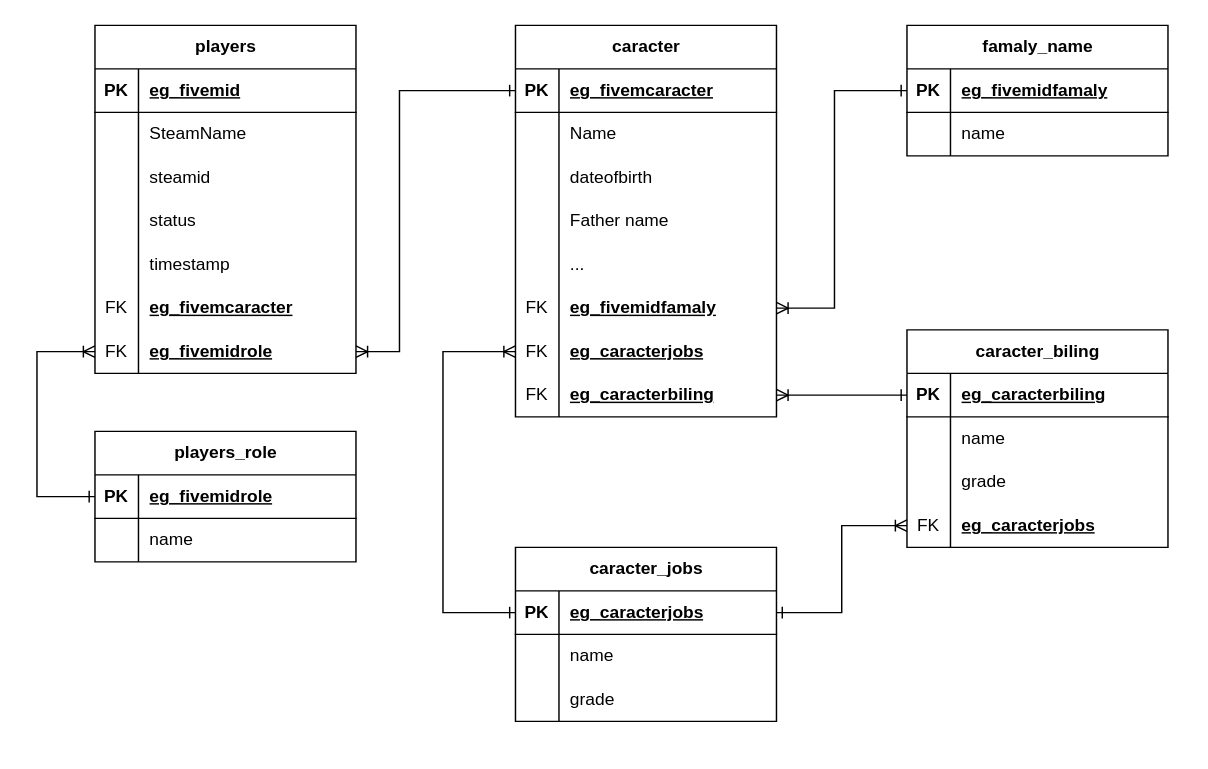
This is EGSolutions/Designs/Diagrams/FivemDatabase.drawio from Fevereiro2/Docs, a draw.io file, before an edit. Source tidied: cells renumbered, new cells numbered last; positions are measured from the earlier drawing's top-left corner, leaving out a move shared by most shapes. Both pictures are drawn from the tidied source at 145%, with x=0, y=0 at pixel (36, 25).
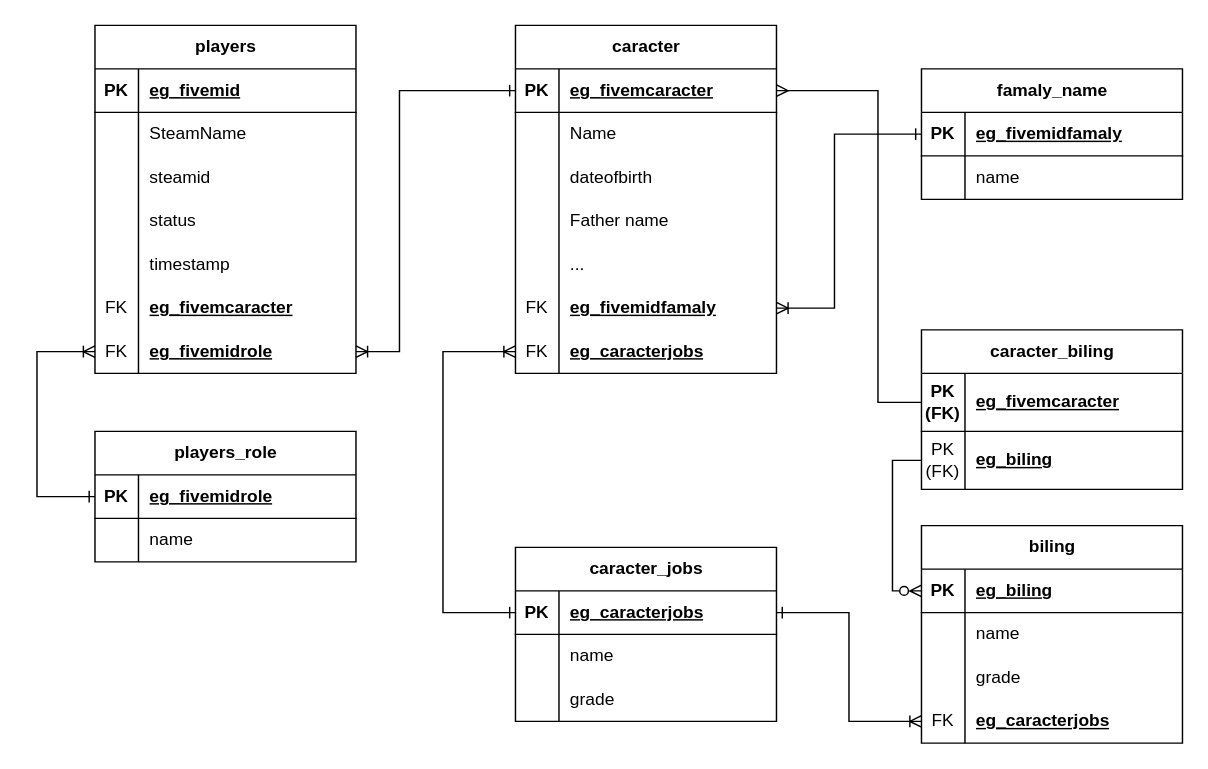
The same page after the edit.

Commit message:
make a new table and update relantioships

The change refers to these unchanged cells:
```xml
<mxCell id="25" style="shape=tableRow;horizontal=0;startSize=0;swimlaneHead=0;swimlaneBody=0;fillColor=none;points=[[0,0.5],[1,0.5]];portConstraint=eastwest;top=0;left=0;right=0;bottom=1;" parent="24" vertex="1">
  <mxGeometry y="30" width="180" height="30" as="geometry" />
</mxCell>
<mxCell id="40" style="shape=tableRow;horizontal=0;startSize=0;swimlaneHead=0;swimlaneBody=0;fillColor=none;points=[[0,0.5],[1,0.5]];portConstraint=eastwest;top=0;left=0;right=0;bottom=0;" parent="24" vertex="1">
  <mxGeometry y="180" width="180" height="30" as="geometry" />
</mxCell>
<mxCell id="78" style="shape=tableRow;horizontal=0;startSize=0;swimlaneHead=0;swimlaneBody=0;fillColor=none;points=[[0,0.5],[1,0.5]];portConstraint=eastwest;top=0;left=0;right=0;bottom=1;" parent="77" vertex="1">
  <mxGeometry y="30" width="180" height="30" as="geometry" />
</mxCell>
```

What changed in the source:
```diff
@@
     <mxCell id="24" value="caracter" style="shape=table;startSize=30;childLayout=tableLayout;rowLines=0;fontStyle=1;align=center;html=1;" parent="1" vertex="1">
-      <mxGeometry x="330" width="180" height="270" as="geometry" />
+      <mxGeometry x="330" width="180" height="240" as="geometry" />
     </mxCell>
@@
-    <mxCell id="46" style="shape=tableRow;horizontal=0;startSize=0;swimlaneHead=0;swimlaneBody=0;fillColor=none;points=[[0,0.5],[1,0.5]];portConstraint=eastwest;top=0;left=0;right=0;bottom=0;" parent="24" vertex="1">
-      <mxGeometry y="240" width="180" height="30" as="geometry" />
-    </mxCell>
-    <mxCell id="47" value="FK" style="shape=partialRectangle;fillColor=none;top=0;left=0;bottom=0;right=0;overflow=hidden;whiteSpace=wrap;html=1;" parent="46" vertex="1">
-      <mxGeometry width="30" height="30" as="geometry" />
-    </mxCell>
-    <mxCell id="48" value="&lt;span style=&quot;font-weight: 700; text-decoration-line: underline;&quot;&gt;eg_caracterbiling&lt;/span&gt;" style="shape=partialRectangle;fillColor=none;top=0;left=0;bottom=0;right=0;align=left;spacingLeft=6;overflow=hidden;whiteSpace=wrap;html=1;" parent="46" vertex="1">
-      <mxGeometry x="30" width="150" height="30" as="geometry" />
-    </mxCell>
     <mxCell id="49" value="famaly_name" style="shape=table;startSize=30;childLayout=tableLayout;rowLines=0;fontStyle=1;align=center;html=1;" parent="1" vertex="1">
-      <mxGeometry x="600" width="180" height="90" as="geometry" />
+      <mxGeometry x="610" y="30" width="180" height="90" as="geometry" />
     </mxCell>
@@
     <mxCell id="56" style="endArrow=ERone;html=1;rounded=0;entryX=0;entryY=0.5;entryDx=0;entryDy=0;exitX=1;exitY=0.5;exitDx=0;exitDy=0;startArrow=ERoneToMany;startFill=0;endFill=0;" parent="1" edge="1" source="40" target="49">
       <mxGeometry relative="1" as="geometry">
         <Array as="points">
           <mxPoint x="550" y="195" />
-          <mxPoint x="550" y="45" />
+          <mxPoint x="550" y="75" />
         </Array>
       </mxGeometry>
     </mxCell>
@@
-    <mxCell id="77" value="caracter_biling" style="shape=table;startSize=30;childLayout=tableLayout;rowLines=0;fontStyle=1;align=center;html=1;" parent="1" vertex="1">
-      <mxGeometry x="600" y="210" width="180" height="150" as="geometry" />
+    <mxCell id="77" value="biling" style="shape=table;startSize=30;childLayout=tableLayout;rowLines=0;fontStyle=1;align=center;html=1;" parent="1" vertex="1">
+      <mxGeometry x="610" y="345" width="180" height="150" as="geometry" />
     </mxCell>
@@
-    <mxCell id="80" value="eg_caracterbiling" style="shape=partialRectangle;fillColor=none;top=0;left=0;bottom=0;right=0;align=left;spacingLeft=6;fontStyle=5;overflow=hidden;whiteSpace=wrap;html=1;" parent="78" vertex="1">
+    <mxCell id="80" value="eg_biling" style="shape=partialRectangle;fillColor=none;top=0;left=0;bottom=0;right=0;align=left;spacingLeft=6;fontStyle=5;overflow=hidden;whiteSpace=wrap;html=1;" parent="78" vertex="1">
       <mxGeometry x="30" width="150" height="30" as="geometry" />
     </mxCell>
@@
-    <mxCell id="90" style="endArrow=ERoneToMany;html=1;rounded=0;entryX=1;entryY=0.5;entryDx=0;entryDy=0;exitX=0;exitY=0.5;exitDx=0;exitDy=0;startArrow=ERone;startFill=0;endFill=0;" parent="1" edge="1" source="78" target="46">
-      <mxGeometry relative="1" as="geometry" />
+    <mxCell id="90" style="endArrow=ERmany;html=1;rounded=0;entryX=1;entryY=0.5;entryDx=0;entryDy=0;startArrow=none;startFill=0;endFill=0;exitX=0;exitY=0.5;exitDx=0;exitDy=0;" parent="1" edge="1" source="93" target="25">
+      <mxGeometry relative="1" as="geometry">
+        <Array as="points">
+          <mxPoint x="580" y="260" />
+          <mxPoint x="580" y="45" />
+        </Array>
+      </mxGeometry>
     </mxCell>
@@
+    <mxCell id="92" value="caracter_biling" style="shape=table;startSize=30;childLayout=tableLayout;rowLines=0;fontStyle=1;align=center;html=1;" parent="1" vertex="1">
+      <mxGeometry x="610" y="210" width="180" height="110" as="geometry" />
+    </mxCell>
+    <mxCell id="93" style="shape=tableRow;horizontal=0;startSize=0;swimlaneHead=0;swimlaneBody=0;fillColor=none;points=[[0,0.5],[1,0.5]];portConstraint=eastwest;top=0;left=0;right=0;bottom=1;" parent="92" vertex="1">
+      <mxGeometry y="30" width="180" height="40" as="geometry" />
+    </mxCell>
+    <mxCell id="94" value="PK (FK)" style="shape=partialRectangle;fillColor=none;top=0;left=0;bottom=0;right=0;fontStyle=1;overflow=hidden;whiteSpace=wrap;html=1;" parent="93" vertex="1">
+      <mxGeometry width="30" height="40" as="geometry" />
+    </mxCell>
+    <mxCell id="95" value="eg_fivemcaracter" style="shape=partialRectangle;fillColor=none;top=0;left=0;bottom=0;right=0;align=left;spacingLeft=6;fontStyle=5;overflow=hidden;whiteSpace=wrap;html=1;" parent="93" vertex="1">
+      <mxGeometry x="30" width="150" height="40" as="geometry" />
+    </mxCell>
+    <mxCell id="96" style="shape=tableRow;horizontal=0;startSize=0;swimlaneHead=0;swimlaneBody=0;fillColor=none;points=[[0,0.5],[1,0.5]];portConstraint=eastwest;top=0;left=0;right=0;bottom=0;" parent="92" vertex="1">
+      <mxGeometry y="70" width="180" height="40" as="geometry" />
+    </mxCell>
+    <mxCell id="97" value="PK&lt;div&gt;(FK)&lt;/div&gt;" style="shape=partialRectangle;fillColor=none;top=0;left=0;bottom=0;right=0;overflow=hidden;whiteSpace=wrap;html=1;" parent="96" vertex="1">
+      <mxGeometry width="30" height="40" as="geometry" />
+    </mxCell>
+    <mxCell id="98" value="&lt;span style=&quot;font-weight: 700; text-decoration-line: underline;&quot;&gt;eg_biling&lt;/span&gt;" style="shape=partialRectangle;fillColor=none;top=0;left=0;bottom=0;right=0;align=left;spacingLeft=6;overflow=hidden;whiteSpace=wrap;html=1;" parent="96" vertex="1">
+      <mxGeometry x="30" width="150" height="40" as="geometry" />
+    </mxCell>
+    <mxCell id="99" style="edgeStyle=orthogonalEdgeStyle;rounded=0;jettySize=auto;html=1;exitX=0;exitY=0.5;exitDx=0;exitDy=0;entryX=0;entryY=0.5;entryDx=0;entryDy=0;endArrow=ERzeroToMany;endFill=0;" parent="1" edge="1" source="96" target="78">
+      <mxGeometry relative="1" as="geometry" />
+    </mxCell>
```
